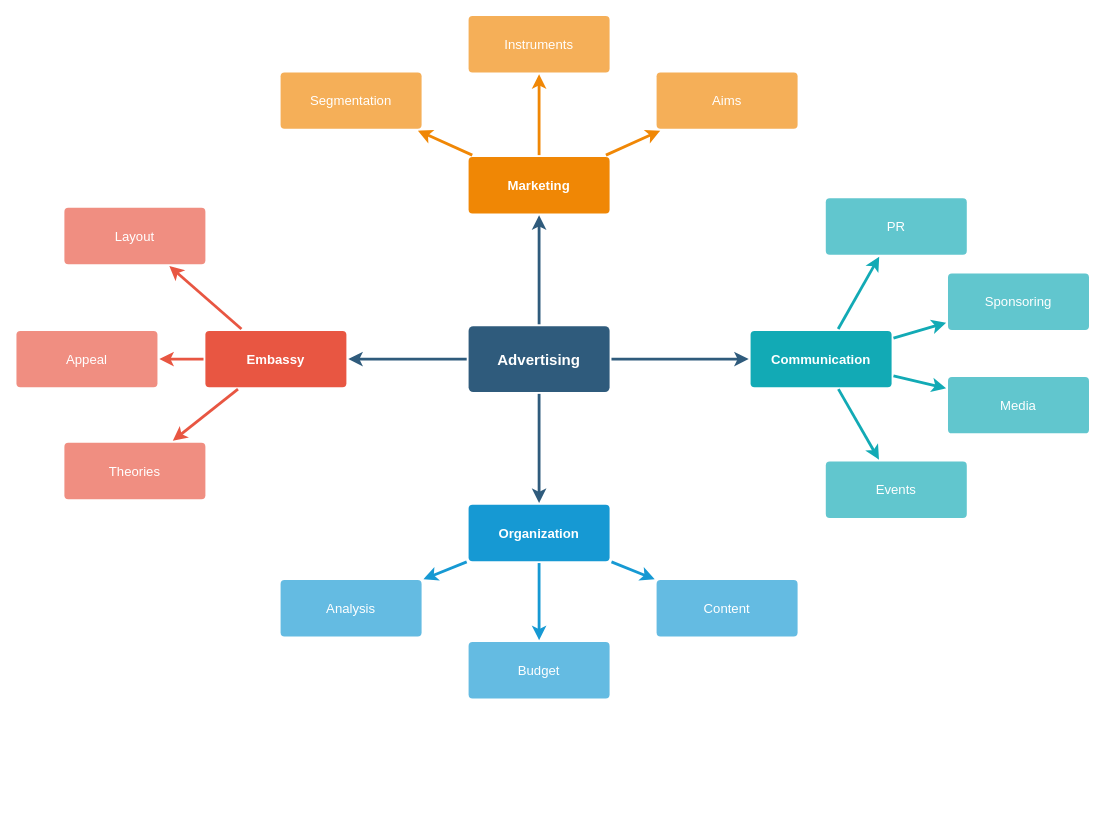
chenyanxi/hosts keeps this draw.io diagram as data/未命名绘图.drawio. Above is the earlier version. Source tidied: cells renumbered, new cells numbered last; positions are measured from the earlier drawing's top-left corner, leaving out a move shared by most shapes. Both pictures are drawn from the tidied source at 94%, with x=0, y=0 at pixel (16, 15).
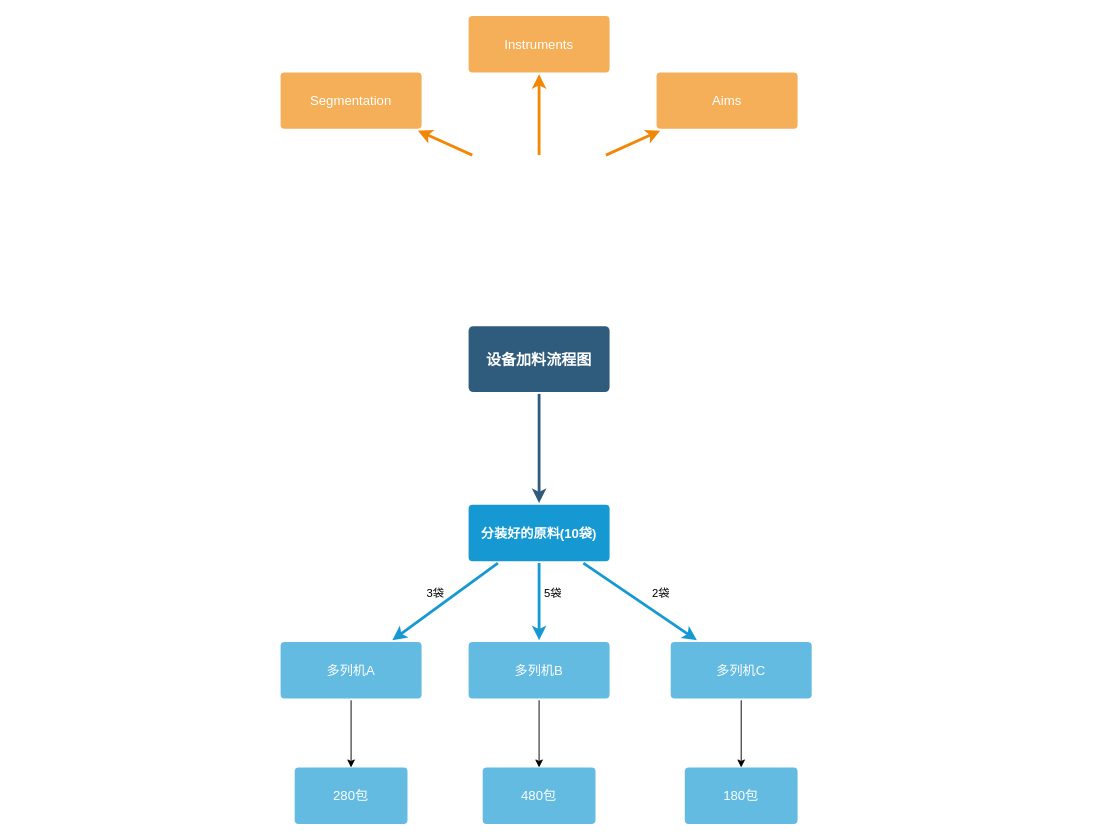
Above is the later version.

Commit message (it also covers changes not shown here):
更新未命名绘图.drawio

Unchanged cells that the change refers to:
```xml
<mxCell id="22" value="Aims&lt;br&gt;" style="rounded=1;whiteSpace=wrap;html=1;shadow=0;labelBackgroundColor=none;strokeColor=none;strokeWidth=3;fillColor=#f5af58;fontFamily=Helvetica;fontSize=14;fontColor=#FFFFFF;align=center;spacing=5;arcSize=7;perimeterSpacing=2;" parent="1" vertex="1">
  <mxGeometry x="681" y="60.5" width="150" height="60" as="geometry" />
</mxCell>
<mxCell id="24" value="Instruments" style="rounded=1;whiteSpace=wrap;html=1;shadow=0;labelBackgroundColor=none;strokeColor=none;strokeWidth=3;fillColor=#f5af58;fontFamily=Helvetica;fontSize=14;fontColor=#FFFFFF;align=center;spacing=5;arcSize=7;perimeterSpacing=2;" parent="1" vertex="1">
  <mxGeometry x="481" y="0.5" width="150" height="60" as="geometry" />
</mxCell>
<mxCell id="26" value="Segmentation" style="rounded=1;whiteSpace=wrap;html=1;shadow=0;labelBackgroundColor=none;strokeColor=none;strokeWidth=3;fillColor=#f5af58;fontFamily=Helvetica;fontSize=14;fontColor=#FFFFFF;align=center;spacing=5;arcSize=7;perimeterSpacing=2;" parent="1" vertex="1">
  <mxGeometry x="281" y="60.5" width="150" height="60" as="geometry" />
</mxCell>
```

The edit, as a diff of the source:
```diff
@@
-    <mxCell id="2" style="edgeStyle=none;rounded=0;jumpStyle=none;html=1;shadow=0;labelBackgroundColor=none;startArrow=none;startFill=0;endArrow=classic;endFill=1;jettySize=auto;strokeColor=#2F5B7C;strokeWidth=3;fontFamily=Helvetica;fontSize=16;fontColor=#23445D;spacing=5;" parent="1" edge="1" source="6" target="21">
-      <mxGeometry relative="1" as="geometry" />
-    </mxCell>
-    <mxCell id="3" style="edgeStyle=none;rounded=0;jumpStyle=none;html=1;shadow=0;labelBackgroundColor=none;startArrow=none;startFill=0;endArrow=classic;endFill=1;jettySize=auto;strokeColor=#2F5B7C;strokeWidth=3;fontFamily=Helvetica;fontSize=16;fontColor=#23445D;spacing=5;" parent="1" edge="1" source="6" target="28">
-      <mxGeometry relative="1" as="geometry" />
-    </mxCell>
@@
-    <mxCell id="5" style="edgeStyle=none;rounded=0;jumpStyle=none;html=1;shadow=0;labelBackgroundColor=none;startArrow=none;startFill=0;endArrow=classic;endFill=1;jettySize=auto;strokeColor=#2F5B7C;strokeWidth=3;fontFamily=Helvetica;fontSize=16;fontColor=#23445D;spacing=5;" parent="1" edge="1" source="6" target="10">
-      <mxGeometry relative="1" as="geometry" />
-    </mxCell>
-    <mxCell id="6" value="Advertising" style="rounded=1;whiteSpace=wrap;html=1;shadow=0;labelBackgroundColor=none;strokeColor=none;strokeWidth=3;fillColor=#2F5B7C;fontFamily=Helvetica;fontSize=16;fontColor=#FFFFFF;align=center;fontStyle=1;spacing=5;arcSize=7;perimeterSpacing=2;" parent="1" vertex="1">
+    <mxCell id="6" value="设备加料流程图" style="rounded=1;whiteSpace=wrap;html=1;shadow=0;labelBackgroundColor=none;strokeColor=none;strokeWidth=3;fillColor=#2F5B7C;fontFamily=Helvetica;fontSize=16;fontColor=#FFFFFF;align=center;fontStyle=1;spacing=5;arcSize=7;perimeterSpacing=2;" parent="1" vertex="1">
       <mxGeometry x="481" y="330.5" width="150" height="70" as="geometry" />
     </mxCell>
-    <mxCell id="7" style="edgeStyle=none;rounded=1;jumpStyle=none;html=1;shadow=0;labelBackgroundColor=none;startArrow=none;startFill=0;jettySize=auto;strokeColor=#E85642;strokeWidth=3;fontFamily=Helvetica;fontSize=14;fontColor=#FFFFFF;spacing=5;fontStyle=1;fillColor=#b0e3e6;" parent="1" edge="1" source="10" target="13">
-      <mxGeometry relative="1" as="geometry" />
-    </mxCell>
-    <mxCell id="8" style="edgeStyle=none;rounded=1;jumpStyle=none;html=1;shadow=0;labelBackgroundColor=none;startArrow=none;startFill=0;jettySize=auto;strokeColor=#E85642;strokeWidth=3;fontFamily=Helvetica;fontSize=14;fontColor=#FFFFFF;spacing=5;fontStyle=1;fillColor=#b0e3e6;" parent="1" edge="1" source="10" target="12">
-      <mxGeometry relative="1" as="geometry" />
-    </mxCell>
-    <mxCell id="9" style="edgeStyle=none;rounded=1;jumpStyle=none;html=1;shadow=0;labelBackgroundColor=none;startArrow=none;startFill=0;jettySize=auto;strokeColor=#E85642;strokeWidth=3;fontFamily=Helvetica;fontSize=14;fontColor=#FFFFFF;spacing=5;fontStyle=1;fillColor=#b0e3e6;" parent="1" edge="1" source="10" target="11">
-      <mxGeometry relative="1" as="geometry" />
-    </mxCell>
-    <mxCell id="10" value="Embassy" style="rounded=1;whiteSpace=wrap;html=1;shadow=0;labelBackgroundColor=none;strokeColor=none;strokeWidth=3;fillColor=#e85642;fontFamily=Helvetica;fontSize=14;fontColor=#FFFFFF;align=center;spacing=5;fontStyle=1;arcSize=7;perimeterSpacing=2;" parent="1" vertex="1">
-      <mxGeometry x="201" y="335.5" width="150" height="60" as="geometry" />
-    </mxCell>
-    <mxCell id="11" value="Theories" style="rounded=1;whiteSpace=wrap;html=1;shadow=0;labelBackgroundColor=none;strokeColor=none;strokeWidth=3;fillColor=#f08e81;fontFamily=Helvetica;fontSize=14;fontColor=#FFFFFF;align=center;spacing=5;fontStyle=0;arcSize=7;perimeterSpacing=2;" parent="1" vertex="1">
-      <mxGeometry x="51" y="454.5" width="150" height="60" as="geometry" />
-    </mxCell>
-    <mxCell id="12" value="Appeal" style="rounded=1;whiteSpace=wrap;html=1;shadow=0;labelBackgroundColor=none;strokeColor=none;strokeWidth=3;fillColor=#f08e81;fontFamily=Helvetica;fontSize=14;fontColor=#FFFFFF;align=center;spacing=5;fontStyle=0;arcSize=7;perimeterSpacing=2;" parent="1" vertex="1">
-      <mxGeometry y="335.5" width="150" height="60" as="geometry" />
-    </mxCell>
-    <mxCell id="13" value="Layout" style="rounded=1;whiteSpace=wrap;html=1;shadow=0;labelBackgroundColor=none;strokeColor=none;strokeWidth=3;fillColor=#f08e81;fontFamily=Helvetica;fontSize=14;fontColor=#FFFFFF;align=center;spacing=5;fontStyle=0;arcSize=7;perimeterSpacing=2;" parent="1" vertex="1">
-      <mxGeometry x="51" y="204.5" width="150" height="60" as="geometry" />
-    </mxCell>
@@
-    <mxCell id="17" value="Organization" style="rounded=1;whiteSpace=wrap;html=1;shadow=0;labelBackgroundColor=none;strokeColor=none;strokeWidth=3;fillColor=#1699d3;fontFamily=Helvetica;fontSize=14;fontColor=#FFFFFF;align=center;spacing=5;fontStyle=1;arcSize=7;perimeterSpacing=2;" parent="1" vertex="1">
+    <mxCell id="17" value="分装好的原料(10袋)" style="rounded=1;whiteSpace=wrap;html=1;shadow=0;labelBackgroundColor=none;strokeColor=none;strokeWidth=3;fillColor=#1699d3;fontFamily=Helvetica;fontSize=14;fontColor=#FFFFFF;align=center;spacing=5;fontStyle=1;arcSize=7;perimeterSpacing=2;" parent="1" vertex="1">
       <mxGeometry x="481" y="520.5" width="150" height="60" as="geometry" />
     </mxCell>
+    <mxCell id="37" style="edgeStyle=orthogonalEdgeStyle;rounded=0;jettySize=auto;html=1;" parent="1" edge="1" source="18" target="45">
+      <mxGeometry relative="1" as="geometry" />
+    </mxCell>
-    <mxCell id="18" value="Content" style="rounded=1;whiteSpace=wrap;html=1;shadow=0;labelBackgroundColor=none;strokeColor=none;strokeWidth=3;fillColor=#64bbe2;fontFamily=Helvetica;fontSize=14;fontColor=#FFFFFF;align=center;spacing=5;arcSize=7;perimeterSpacing=2;" parent="1" vertex="1">
-      <mxGeometry x="681" y="600.5" width="150" height="60" as="geometry" />
+    <mxCell id="18" value="多列机C" style="rounded=1;whiteSpace=wrap;html=1;shadow=0;labelBackgroundColor=none;strokeColor=none;strokeWidth=3;fillColor=#64bbe2;fontFamily=Helvetica;fontSize=14;fontColor=#FFFFFF;align=center;spacing=5;arcSize=7;perimeterSpacing=2;" parent="1" vertex="1">
+      <mxGeometry x="696" y="666.5" width="150" height="60" as="geometry" />
     </mxCell>
+    <mxCell id="38" style="edgeStyle=orthogonalEdgeStyle;rounded=0;jettySize=auto;html=1;" parent="1" edge="1" source="19" target="44">
+      <mxGeometry relative="1" as="geometry" />
+    </mxCell>
-    <mxCell id="19" value="Budget" style="rounded=1;whiteSpace=wrap;html=1;shadow=0;labelBackgroundColor=none;strokeColor=none;strokeWidth=3;fillColor=#64bbe2;fontFamily=Helvetica;fontSize=14;fontColor=#FFFFFF;align=center;spacing=5;arcSize=7;perimeterSpacing=2;" parent="1" vertex="1">
+    <mxCell id="19" value="多列机B" style="rounded=1;whiteSpace=wrap;html=1;shadow=0;labelBackgroundColor=none;strokeColor=none;strokeWidth=3;fillColor=#64bbe2;fontFamily=Helvetica;fontSize=14;fontColor=#FFFFFF;align=center;spacing=5;arcSize=7;perimeterSpacing=2;" parent="1" vertex="1">
       <mxGeometry x="481" y="666.5" width="150" height="60" as="geometry" />
     </mxCell>
+    <mxCell id="39" style="edgeStyle=orthogonalEdgeStyle;rounded=0;jettySize=auto;html=1;" parent="1" edge="1" source="20" target="43">
+      <mxGeometry relative="1" as="geometry" />
+    </mxCell>
-    <mxCell id="20" value="Analysis" style="rounded=1;whiteSpace=wrap;html=1;shadow=0;labelBackgroundColor=none;strokeColor=none;strokeWidth=3;fillColor=#64bbe2;fontFamily=Helvetica;fontSize=14;fontColor=#FFFFFF;align=center;spacing=5;arcSize=7;perimeterSpacing=2;" parent="1" vertex="1">
-      <mxGeometry x="281" y="600.5" width="150" height="60" as="geometry" />
+    <mxCell id="20" value="多列机A" style="rounded=1;whiteSpace=wrap;html=1;shadow=0;labelBackgroundColor=none;strokeColor=none;strokeWidth=3;fillColor=#64bbe2;fontFamily=Helvetica;fontSize=14;fontColor=#FFFFFF;align=center;spacing=5;arcSize=7;perimeterSpacing=2;" parent="1" vertex="1">
+      <mxGeometry x="281" y="666.5" width="150" height="60" as="geometry" />
     </mxCell>
-    <mxCell id="21" value="Marketing" style="rounded=1;whiteSpace=wrap;html=1;shadow=0;labelBackgroundColor=none;strokeColor=none;strokeWidth=3;fillColor=#F08705;fontFamily=Helvetica;fontSize=14;fontColor=#FFFFFF;align=center;spacing=5;fontStyle=1;arcSize=7;perimeterSpacing=2;" parent="1" vertex="1">
-      <mxGeometry x="481" y="150.5" width="150" height="60" as="geometry" />
-    </mxCell>
@@
-    <mxCell id="23" style="edgeStyle=none;rounded=0;jumpStyle=none;html=1;shadow=0;labelBackgroundColor=none;startArrow=none;startFill=0;endArrow=classic;endFill=1;jettySize=auto;strokeColor=#F08705;strokeWidth=3;fontFamily=Helvetica;fontSize=14;fontColor=#FFFFFF;spacing=5;" parent="1" edge="1" source="21" target="22">
-      <mxGeometry relative="1" as="geometry" />
+    <mxCell id="23" style="edgeStyle=none;rounded=0;jumpStyle=none;html=1;shadow=0;labelBackgroundColor=none;startArrow=none;startFill=0;endArrow=classic;endFill=1;jettySize=auto;strokeColor=#F08705;strokeWidth=3;fontFamily=Helvetica;fontSize=14;fontColor=#FFFFFF;spacing=5;" parent="1" edge="1" target="22">
+      <mxGeometry relative="1" as="geometry">
+        <mxPoint x="627.1" y="148.5" as="sourcePoint" />
+      </mxGeometry>
     </mxCell>
@@
-    <mxCell id="25" style="edgeStyle=none;rounded=0;jumpStyle=none;html=1;shadow=0;labelBackgroundColor=none;startArrow=none;startFill=0;endArrow=classic;endFill=1;jettySize=auto;strokeColor=#F08705;strokeWidth=3;fontFamily=Helvetica;fontSize=14;fontColor=#FFFFFF;spacing=5;" parent="1" edge="1" source="21" target="24">
-      <mxGeometry relative="1" as="geometry" />
+    <mxCell id="25" style="edgeStyle=none;rounded=0;jumpStyle=none;html=1;shadow=0;labelBackgroundColor=none;startArrow=none;startFill=0;endArrow=classic;endFill=1;jettySize=auto;strokeColor=#F08705;strokeWidth=3;fontFamily=Helvetica;fontSize=14;fontColor=#FFFFFF;spacing=5;" parent="1" edge="1" target="24">
+      <mxGeometry relative="1" as="geometry">
+        <mxPoint x="556" y="148.5" as="sourcePoint" />
+      </mxGeometry>
     </mxCell>
@@
-    <mxCell id="27" style="edgeStyle=none;rounded=0;jumpStyle=none;html=1;shadow=0;labelBackgroundColor=none;startArrow=none;startFill=0;endArrow=classic;endFill=1;jettySize=auto;strokeColor=#F08705;strokeWidth=3;fontFamily=Helvetica;fontSize=14;fontColor=#FFFFFF;spacing=5;" parent="1" edge="1" source="21" target="26">
-      <mxGeometry relative="1" as="geometry" />
+    <mxCell id="27" style="edgeStyle=none;rounded=0;jumpStyle=none;html=1;shadow=0;labelBackgroundColor=none;startArrow=none;startFill=0;endArrow=classic;endFill=1;jettySize=auto;strokeColor=#F08705;strokeWidth=3;fontFamily=Helvetica;fontSize=14;fontColor=#FFFFFF;spacing=5;" parent="1" edge="1" target="26">
+      <mxGeometry relative="1" as="geometry">
+        <mxPoint x="484.9" y="148.5" as="sourcePoint" />
+      </mxGeometry>
     </mxCell>
-    <mxCell id="28" value="Communication" style="rounded=1;whiteSpace=wrap;html=1;shadow=0;labelBackgroundColor=none;strokeColor=none;strokeWidth=3;fillColor=#12aab5;fontFamily=Helvetica;fontSize=14;fontColor=#FFFFFF;align=center;spacing=5;fontStyle=1;arcSize=7;perimeterSpacing=2;" parent="1" vertex="1">
-      <mxGeometry x="781" y="335.5" width="150" height="60" as="geometry" />
-    </mxCell>
-    <mxCell id="29" value="Events" style="rounded=1;whiteSpace=wrap;html=1;shadow=0;labelBackgroundColor=none;strokeColor=none;strokeWidth=3;fillColor=#61c6ce;fontFamily=Helvetica;fontSize=14;fontColor=#FFFFFF;align=center;spacing=5;fontStyle=0;arcSize=7;perimeterSpacing=2;" parent="1" vertex="1">
-      <mxGeometry x="861" y="474.5" width="150" height="60" as="geometry" />
-    </mxCell>
-    <mxCell id="30" style="edgeStyle=none;rounded=1;jumpStyle=none;html=1;shadow=0;labelBackgroundColor=none;startArrow=none;startFill=0;jettySize=auto;strokeColor=#12AAB5;strokeWidth=3;fontFamily=Helvetica;fontSize=14;fontColor=#FFFFFF;spacing=5;fontStyle=1;fillColor=#b0e3e6;" parent="1" edge="1" source="28" target="29">
-      <mxGeometry relative="1" as="geometry" />
-    </mxCell>
-    <mxCell id="31" value="Media" style="rounded=1;whiteSpace=wrap;html=1;shadow=0;labelBackgroundColor=none;strokeColor=none;strokeWidth=3;fillColor=#61c6ce;fontFamily=Helvetica;fontSize=14;fontColor=#FFFFFF;align=center;spacing=5;fontStyle=0;arcSize=7;perimeterSpacing=2;" parent="1" vertex="1">
-      <mxGeometry x="991" y="384.5" width="150" height="60" as="geometry" />
-    </mxCell>
-    <mxCell id="32" style="edgeStyle=none;rounded=1;jumpStyle=none;html=1;shadow=0;labelBackgroundColor=none;startArrow=none;startFill=0;jettySize=auto;strokeColor=#12AAB5;strokeWidth=3;fontFamily=Helvetica;fontSize=14;fontColor=#FFFFFF;spacing=5;fontStyle=1;fillColor=#b0e3e6;" parent="1" edge="1" source="28" target="31">
-      <mxGeometry relative="1" as="geometry" />
-    </mxCell>
-    <mxCell id="33" value="Sponsoring" style="rounded=1;whiteSpace=wrap;html=1;shadow=0;labelBackgroundColor=none;strokeColor=none;strokeWidth=3;fillColor=#61c6ce;fontFamily=Helvetica;fontSize=14;fontColor=#FFFFFF;align=center;spacing=5;fontStyle=0;arcSize=7;perimeterSpacing=2;" parent="1" vertex="1">
-      <mxGeometry x="991" y="274.5" width="150" height="60" as="geometry" />
-    </mxCell>
-    <mxCell id="34" style="edgeStyle=none;rounded=1;jumpStyle=none;html=1;shadow=0;labelBackgroundColor=none;startArrow=none;startFill=0;jettySize=auto;strokeColor=#12AAB5;strokeWidth=3;fontFamily=Helvetica;fontSize=14;fontColor=#FFFFFF;spacing=5;fontStyle=1;fillColor=#b0e3e6;" parent="1" edge="1" source="28" target="33">
-      <mxGeometry relative="1" as="geometry" />
-    </mxCell>
-    <mxCell id="35" value="PR" style="rounded=1;whiteSpace=wrap;html=1;shadow=0;labelBackgroundColor=none;strokeColor=none;strokeWidth=3;fillColor=#61c6ce;fontFamily=Helvetica;fontSize=14;fontColor=#FFFFFF;align=center;spacing=5;fontStyle=0;arcSize=7;perimeterSpacing=2;" parent="1" vertex="1">
-      <mxGeometry x="861" y="194.5" width="150" height="60" as="geometry" />
-    </mxCell>
-    <mxCell id="36" style="edgeStyle=none;rounded=1;jumpStyle=none;html=1;shadow=0;labelBackgroundColor=none;startArrow=none;startFill=0;jettySize=auto;strokeColor=#12AAB5;strokeWidth=3;fontFamily=Helvetica;fontSize=14;fontColor=#FFFFFF;spacing=5;fontStyle=1;fillColor=#b0e3e6;" parent="1" edge="1" source="28" target="35">
-      <mxGeometry relative="1" as="geometry" />
-    </mxCell>
+    <mxCell id="40" value="3袋" style="text;html=1;strokeColor=none;fillColor=none;align=center;verticalAlign=middle;whiteSpace=wrap;rounded=0;" parent="1" vertex="1">
+      <mxGeometry x="416" y="600" width="60" height="30" as="geometry" />
+    </mxCell>
+    <mxCell id="41" value="5袋" style="text;html=1;strokeColor=none;fillColor=none;align=center;verticalAlign=middle;whiteSpace=wrap;rounded=0;" parent="1" vertex="1">
+      <mxGeometry x="541" y="600" width="60" height="30" as="geometry" />
+    </mxCell>
+    <mxCell id="42" value="2袋" style="text;html=1;strokeColor=none;fillColor=none;align=center;verticalAlign=middle;whiteSpace=wrap;rounded=0;" parent="1" vertex="1">
+      <mxGeometry x="656" y="600" width="60" height="30" as="geometry" />
+    </mxCell>
+    <mxCell id="43" value="280包" style="whiteSpace=wrap;html=1;fontSize=14;fillColor=#64bbe2;strokeColor=none;fontColor=#FFFFFF;rounded=1;shadow=0;labelBackgroundColor=none;strokeWidth=3;spacing=5;arcSize=7;" parent="1" vertex="1">
+      <mxGeometry x="296" y="800" width="120" height="60" as="geometry" />
+    </mxCell>
+    <mxCell id="44" value="480包" style="whiteSpace=wrap;html=1;fontSize=14;fillColor=#64bbe2;strokeColor=none;fontColor=#FFFFFF;rounded=1;shadow=0;labelBackgroundColor=none;strokeWidth=3;spacing=5;arcSize=7;" parent="1" vertex="1">
+      <mxGeometry x="496" y="800" width="120" height="60" as="geometry" />
+    </mxCell>
+    <mxCell id="45" value="180包" style="whiteSpace=wrap;html=1;fontSize=14;fillColor=#64bbe2;strokeColor=none;fontColor=#FFFFFF;rounded=1;shadow=0;labelBackgroundColor=none;strokeWidth=3;spacing=5;arcSize=7;" parent="1" vertex="1">
+      <mxGeometry x="711" y="800" width="120" height="60" as="geometry" />
+    </mxCell>
```
